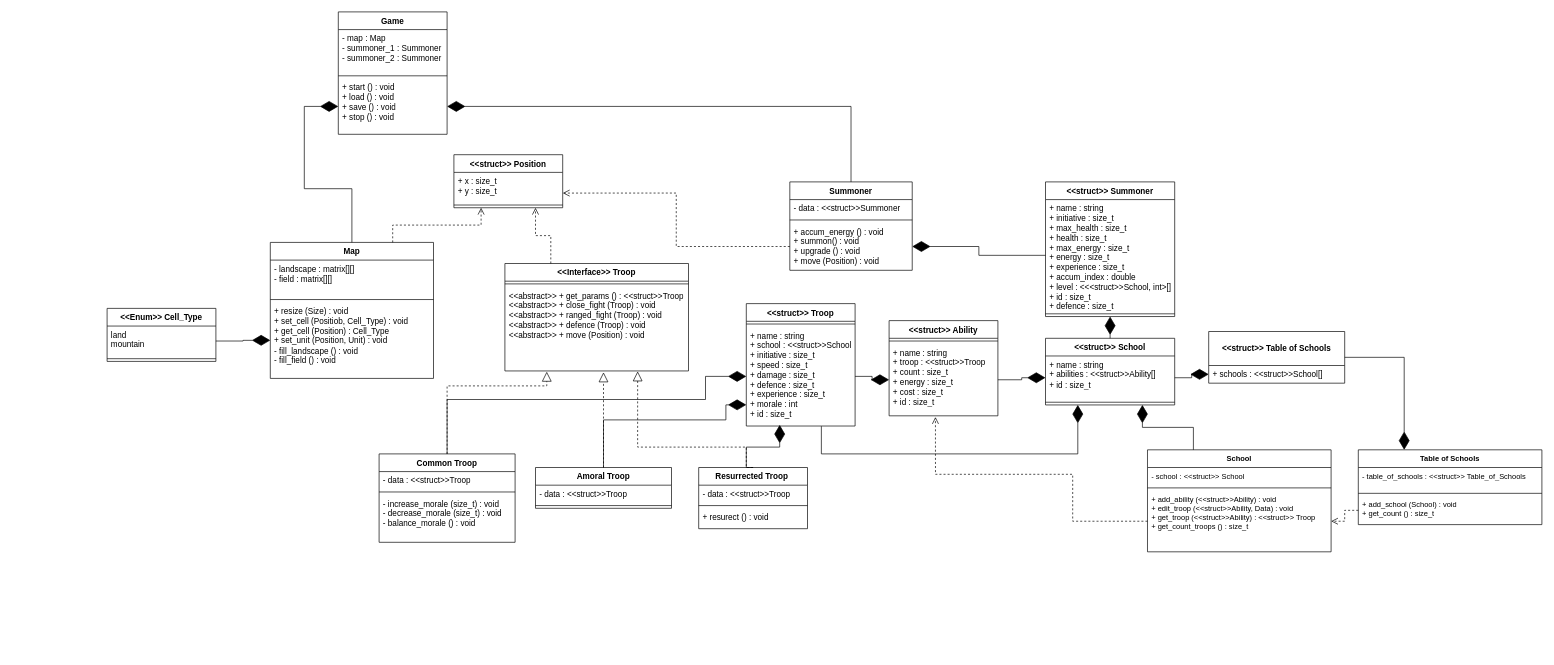
Before: lab3.drawio in Alvald1/draw.io, a draw.io diagram. Source tidied: cells renumbered, new cells numbered last; positions are measured from the earlier drawing's top-left corner, leaving out a move shared by most shapes. Both pictures are drawn from the tidied source at 68%, with x=0, y=0 at pixel (107, 12).
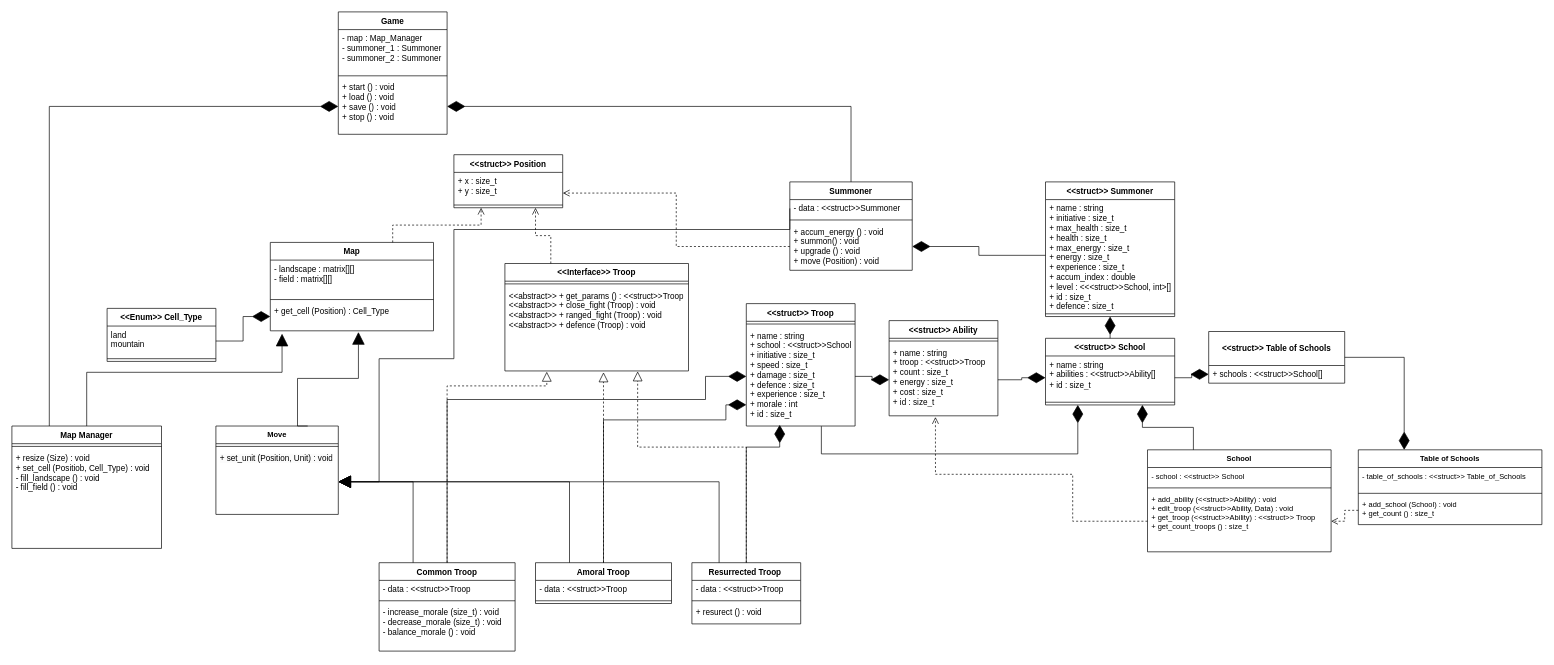
The same diagram, later.

The change refers to these unchanged cells:
```xml
<mxCell id="21" value="- data : &amp;lt;&amp;lt;struct&amp;gt;&amp;gt;Summoner" style="text;strokeColor=none;fillColor=none;align=left;verticalAlign=top;spacingLeft=4;spacingRight=4;overflow=hidden;points=[[0,0.5],[1,0.5]];portConstraint=eastwest;whiteSpace=wrap;html=1;" parent="20" vertex="1">
  <mxGeometry y="26" width="180" height="26" as="geometry" />
</mxCell>
<mxCell id="25" value="&amp;lt;&amp;lt;Interface&amp;gt;&amp;gt; Troop" style="swimlane;fontStyle=1;align=center;verticalAlign=top;horizontal=1;startSize=26;whiteSpace=wrap;html=1;" parent="1" vertex="1">
  <mxGeometry x="585" y="370" width="270" height="158" as="geometry" />
</mxCell>
<mxCell id="55" value="Game" style="swimlane;fontStyle=1;align=center;verticalAlign=top;horizontal=1;startSize=26;whiteSpace=wrap;html=1;" parent="1" vertex="1">
  <mxGeometry x="340" width="160" height="180" as="geometry" />
</mxCell>
<mxCell id="58" value="+ start () : void&lt;div&gt;+ load () : void&lt;/div&gt;&lt;div&gt;+ save () : void&lt;/div&gt;&lt;div&gt;+ stop () : void&lt;/div&gt;" style="text;strokeColor=none;fillColor=none;align=left;verticalAlign=top;spacingLeft=4;spacingRight=4;overflow=hidden;points=[[0,0.5],[1,0.5]];portConstraint=eastwest;whiteSpace=wrap;html=1;" parent="55" vertex="1">
  <mxGeometry y="98" width="160" height="82" as="geometry" />
</mxCell>
```

The edit, as a diff of the source:
```diff
@@
-    <mxCell id="27" value="&amp;lt;&amp;lt;abstract&amp;gt;&amp;gt;&amp;nbsp;+ get_params () : &amp;lt;&amp;lt;struct&amp;gt;&amp;gt;Troop&lt;br&gt;&lt;div&gt;&lt;span style=&quot;background-color: initial;&quot;&gt;&amp;lt;&amp;lt;abstract&amp;gt;&amp;gt;&lt;/span&gt;&lt;span style=&quot;background-color: initial;&quot;&gt;&amp;nbsp;&lt;/span&gt;+ close_fight (Troop) : void&lt;/div&gt;&lt;div&gt;&lt;span style=&quot;background-color: initial;&quot;&gt;&amp;lt;&amp;lt;abstract&amp;gt;&amp;gt;&lt;/span&gt;&lt;span style=&quot;background-color: initial;&quot;&gt;&amp;nbsp;&lt;/span&gt;+ ranged_fight (Troop) : void&lt;/div&gt;&lt;div&gt;&lt;span style=&quot;background-color: initial;&quot;&gt;&amp;lt;&amp;lt;abstract&amp;gt;&amp;gt;&lt;/span&gt;&lt;span style=&quot;background-color: initial;&quot;&gt;&amp;nbsp;&lt;/span&gt;+ defence (Troop) : void&lt;/div&gt;&lt;div&gt;&lt;span style=&quot;background-color: initial;&quot;&gt;&amp;lt;&amp;lt;abstract&amp;gt;&amp;gt;&lt;/span&gt;&lt;span style=&quot;background-color: initial;&quot;&gt;&amp;nbsp;&lt;/span&gt;+ move (Position) : void&lt;/div&gt;" style="text;strokeColor=none;fillColor=none;align=left;verticalAlign=top;spacingLeft=4;spacingRight=4;overflow=hidden;points=[[0,0.5],[1,0.5]];portConstraint=eastwest;whiteSpace=wrap;html=1;" parent="25" vertex="1">
+    <mxCell id="27" value="&amp;lt;&amp;lt;abstract&amp;gt;&amp;gt;&amp;nbsp;+ get_params () : &amp;lt;&amp;lt;struct&amp;gt;&amp;gt;Troop&lt;br&gt;&lt;div&gt;&lt;span style=&quot;background-color: initial;&quot;&gt;&amp;lt;&amp;lt;abstract&amp;gt;&amp;gt;&lt;/span&gt;&lt;span style=&quot;background-color: initial;&quot;&gt;&amp;nbsp;&lt;/span&gt;+ close_fight (Troop) : void&lt;/div&gt;&lt;div&gt;&lt;span style=&quot;background-color: initial;&quot;&gt;&amp;lt;&amp;lt;abstract&amp;gt;&amp;gt;&lt;/span&gt;&lt;span style=&quot;background-color: initial;&quot;&gt;&amp;nbsp;&lt;/span&gt;+ ranged_fight (Troop) : void&lt;/div&gt;&lt;div&gt;&lt;span style=&quot;background-color: initial;&quot;&gt;&amp;lt;&amp;lt;abstract&amp;gt;&amp;gt;&lt;/span&gt;&lt;span style=&quot;background-color: initial;&quot;&gt;&amp;nbsp;&lt;/span&gt;+ defence (Troop) : void&lt;/div&gt;" style="text;strokeColor=none;fillColor=none;align=left;verticalAlign=top;spacingLeft=4;spacingRight=4;overflow=hidden;points=[[0,0.5],[1,0.5]];portConstraint=eastwest;whiteSpace=wrap;html=1;" parent="25" vertex="1">
       <mxGeometry y="34" width="270" height="124" as="geometry" />
     </mxCell>
     <mxCell id="28" value="Common Troop" style="swimlane;fontStyle=1;align=center;verticalAlign=top;horizontal=1;startSize=26;whiteSpace=wrap;html=1;" parent="1" vertex="1">
-      <mxGeometry x="400" y="650" width="200" height="130" as="geometry" />
+      <mxGeometry x="400" y="810" width="200" height="130" as="geometry" />
     </mxCell>
@@
     <mxCell id="32" value="Amoral Troop" style="swimlane;fontStyle=1;align=center;verticalAlign=top;horizontal=1;startSize=26;whiteSpace=wrap;html=1;" parent="1" vertex="1">
-      <mxGeometry x="630" y="670" width="200" height="60" as="geometry" />
+      <mxGeometry x="630" y="810" width="200" height="60" as="geometry" />
     </mxCell>
@@
     <mxCell id="35" value="Resurrected Troop&amp;nbsp;" style="swimlane;fontStyle=1;align=center;verticalAlign=top;horizontal=1;startSize=26;whiteSpace=wrap;html=1;" parent="1" vertex="1">
-      <mxGeometry x="870" y="670" width="160" height="90" as="geometry" />
+      <mxGeometry x="860" y="810" width="160" height="90" as="geometry" />
     </mxCell>
@@
     <mxCell id="44" value="Map" style="swimlane;fontStyle=1;align=center;verticalAlign=top;horizontal=1;startSize=26;whiteSpace=wrap;html=1;" parent="1" vertex="1">
-      <mxGeometry x="240" y="339" width="240" height="200" as="geometry" />
+      <mxGeometry x="240" y="339" width="240" height="130" as="geometry" />
     </mxCell>
@@
-    <mxCell id="47" value="+ resize (Size) : void&lt;div&gt;+ set_cell (Positiob, Cell_Type) : void&lt;/div&gt;&lt;div&gt;+ get_cell (Position) : Cell_Type&lt;/div&gt;&lt;div&gt;+ set_unit (Position, Unit) : void&lt;/div&gt;&lt;div&gt;- fill_landscape () : void&lt;/div&gt;&lt;div&gt;- fill_field () : void&lt;/div&gt;" style="text;strokeColor=none;fillColor=none;align=left;verticalAlign=top;spacingLeft=4;spacingRight=4;overflow=hidden;points=[[0,0.5],[1,0.5]];portConstraint=eastwest;whiteSpace=wrap;html=1;" parent="44" vertex="1">
-      <mxGeometry y="88" width="240" height="112" as="geometry" />
+    <mxCell id="47" value="&lt;div&gt;+ get_cell (Position) : Cell_Type&lt;/div&gt;&lt;div&gt;&lt;br&gt;&lt;/div&gt;" style="text;strokeColor=none;fillColor=none;align=left;verticalAlign=top;spacingLeft=4;spacingRight=4;overflow=hidden;points=[[0,0.5],[1,0.5]];portConstraint=eastwest;whiteSpace=wrap;html=1;" parent="44" vertex="1">
+      <mxGeometry y="88" width="240" height="42" as="geometry" />
     </mxCell>
@@
-    <mxCell id="56" value="- map : Map&lt;div&gt;- summoner_1 : Summoner&lt;/div&gt;&lt;div&gt;- summoner_2 : Summoner&lt;/div&gt;" style="text;strokeColor=none;fillColor=none;align=left;verticalAlign=top;spacingLeft=4;spacingRight=4;overflow=hidden;whiteSpace=wrap;html=1;" parent="55" vertex="1">
+    <mxCell id="56" value="- map : Map_Manager&lt;div&gt;- summoner_1 : Summoner&lt;/div&gt;&lt;div&gt;- summoner_2 : Summoner&lt;/div&gt;" style="text;strokeColor=none;fillColor=none;align=left;verticalAlign=top;spacingLeft=4;spacingRight=4;overflow=hidden;whiteSpace=wrap;html=1;" parent="55" vertex="1">
       <mxGeometry y="26" width="160" height="64" as="geometry" />
     </mxCell>
@@
-    <mxCell id="60" style="endArrow=diamondThin;endFill=1;endSize=24;html=1;rounded=0;strokeColor=default;align=center;verticalAlign=middle;fontFamily=Helvetica;fontSize=11;fontColor=default;labelBackgroundColor=default;edgeStyle=orthogonalEdgeStyle;exitX=0.5;exitY=0;exitDx=0;exitDy=0;entryX=0;entryY=0.5;entryDx=0;entryDy=0;" parent="1" edge="1" source="44" target="58">
-      <mxGeometry relative="1" as="geometry">
-        <Array as="points">
-          <mxPoint x="360" y="260" />
-          <mxPoint x="290" y="260" />
-          <mxPoint x="290" y="139" />
-        </Array>
-      </mxGeometry>
-    </mxCell>
@@
+    <mxCell id="78" value="Map Manager" style="swimlane;fontStyle=1;align=center;verticalAlign=top;horizontal=1;startSize=26;whiteSpace=wrap;html=1;" parent="1" vertex="1">
+      <mxGeometry x="-140" y="609" width="220" height="180" as="geometry" />
+    </mxCell>
+    <mxCell id="79" style="line;strokeWidth=1;fillColor=none;align=left;verticalAlign=middle;spacingTop=-1;spacingLeft=3;spacingRight=3;labelPosition=right;strokeColor=inherit;" parent="78" vertex="1">
+      <mxGeometry y="26" width="220" height="8" as="geometry" />
+    </mxCell>
+    <mxCell id="80" value="+ resize (Size) : void&lt;div&gt;+ set_cell (Positiob, Cell_Type) : void&lt;/div&gt;&lt;div&gt;- fill_landscape () : void&lt;/div&gt;&lt;div&gt;- fill_field () : void&lt;/div&gt;" style="text;strokeColor=none;fillColor=none;align=left;verticalAlign=top;spacingLeft=4;spacingRight=4;overflow=hidden;whiteSpace=wrap;html=1;" parent="78" vertex="1">
+      <mxGeometry y="34" width="220" height="146" as="geometry" />
+    </mxCell>
+    <mxCell id="81" style="endArrow=block;endFill=1;html=1;edgeStyle=orthogonalEdgeStyle;align=left;verticalAlign=top;rounded=0;strokeColor=default;fontFamily=Helvetica;fontSize=11;fontColor=default;labelBackgroundColor=default;endSize=16;entryX=0.072;entryY=1.1;entryDx=0;entryDy=0;entryPerimeter=0;exitX=0.5;exitY=0;exitDx=0;exitDy=0;" parent="1" edge="1" source="78" target="47">
+      <mxGeometry x="-1" relative="1" as="geometry">
+        <Array as="points">
+          <mxPoint x="-30" y="530" />
+          <mxPoint x="257" y="530" />
+        </Array>
+      </mxGeometry>
+    </mxCell>
+    <mxCell id="82" value="Move" style="swimlane;fontStyle=1;align=center;verticalAlign=top;horizontal=1;startSize=26;whiteSpace=wrap;html=1;fontFamily=Helvetica;fontSize=11;fontColor=default;labelBackgroundColor=default;" parent="1" vertex="1">
+      <mxGeometry x="160" y="609" width="180" height="130" as="geometry" />
+    </mxCell>
+    <mxCell id="83" style="line;strokeWidth=1;fillColor=none;align=left;verticalAlign=middle;spacingTop=-1;spacingLeft=3;spacingRight=3;labelPosition=right;strokeColor=inherit;fontFamily=Helvetica;fontSize=11;fontColor=default;labelBackgroundColor=default;" parent="82" vertex="1">
+      <mxGeometry y="26" width="180" height="8" as="geometry" />
+    </mxCell>
+    <mxCell id="84" value="&lt;span style=&quot;font-size: 12px; background-color: rgb(251, 251, 251);&quot;&gt;+ set_unit (Position, Unit) : void&lt;/span&gt;" style="text;strokeColor=none;fillColor=none;align=left;verticalAlign=top;spacingLeft=4;spacingRight=4;overflow=hidden;points=[[0,0.5],[1,0.5]];portConstraint=eastwest;whiteSpace=wrap;html=1;fontFamily=Helvetica;fontSize=11;fontColor=default;labelBackgroundColor=default;" parent="82" vertex="1">
+      <mxGeometry y="34" width="180" height="96" as="geometry" />
+    </mxCell>
+    <mxCell id="85" style="endArrow=block;endFill=1;html=1;edgeStyle=orthogonalEdgeStyle;align=left;verticalAlign=top;rounded=0;strokeColor=default;fontFamily=Helvetica;fontSize=11;fontColor=default;labelBackgroundColor=default;endSize=16;exitX=0.75;exitY=0;exitDx=0;exitDy=0;entryX=0.54;entryY=1.043;entryDx=0;entryDy=0;entryPerimeter=0;" parent="1" edge="1" source="82" target="47">
+      <mxGeometry x="-1" relative="1" as="geometry">
+        <Array as="points">
+          <mxPoint x="280" y="539" />
+          <mxPoint x="370" y="539" />
+        </Array>
+      </mxGeometry>
+    </mxCell>
+    <mxCell id="86" style="endArrow=block;endFill=1;html=1;edgeStyle=orthogonalEdgeStyle;align=left;verticalAlign=top;rounded=0;strokeColor=default;fontFamily=Helvetica;fontSize=11;fontColor=default;labelBackgroundColor=default;endSize=16;exitX=0.25;exitY=0;exitDx=0;exitDy=0;entryX=1;entryY=0.5;entryDx=0;entryDy=0;" parent="1" edge="1" source="28" target="84">
+      <mxGeometry x="-1" relative="1" as="geometry" />
+    </mxCell>
+    <mxCell id="87" style="endArrow=block;endFill=1;html=1;edgeStyle=orthogonalEdgeStyle;align=left;verticalAlign=top;rounded=0;strokeColor=default;fontFamily=Helvetica;fontSize=11;fontColor=default;labelBackgroundColor=default;endSize=16;exitX=0.25;exitY=0;exitDx=0;exitDy=0;entryX=1;entryY=0.5;entryDx=0;entryDy=0;" parent="1" edge="1" source="32" target="84">
+      <mxGeometry x="-1" relative="1" as="geometry" />
+    </mxCell>
+    <mxCell id="88" style="endArrow=block;endFill=1;html=1;edgeStyle=orthogonalEdgeStyle;align=left;verticalAlign=top;rounded=0;strokeColor=default;fontFamily=Helvetica;fontSize=11;fontColor=default;labelBackgroundColor=default;endSize=16;exitX=0.25;exitY=0;exitDx=0;exitDy=0;entryX=1;entryY=0.5;entryDx=0;entryDy=0;" parent="1" edge="1" source="35" target="84">
+      <mxGeometry x="-1" relative="1" as="geometry" />
+    </mxCell>
+    <mxCell id="89" style="endArrow=block;endFill=1;html=1;edgeStyle=orthogonalEdgeStyle;align=left;verticalAlign=top;rounded=0;strokeColor=default;fontFamily=Helvetica;fontSize=11;fontColor=default;labelBackgroundColor=default;endSize=16;exitX=0;exitY=0.5;exitDx=0;exitDy=0;entryX=1;entryY=0.5;entryDx=0;entryDy=0;" parent="1" edge="1" source="21" target="84">
+      <mxGeometry x="-1" relative="1" as="geometry">
+        <Array as="points">
+          <mxPoint x="1004" y="320" />
+          <mxPoint x="510" y="320" />
+          <mxPoint x="510" y="510" />
+          <mxPoint x="400" y="510" />
+          <mxPoint x="400" y="691" />
+        </Array>
+      </mxGeometry>
+    </mxCell>
+    <mxCell id="90" style="endArrow=diamondThin;endFill=1;endSize=24;html=1;rounded=0;strokeColor=default;align=center;verticalAlign=middle;fontFamily=Helvetica;fontSize=11;fontColor=default;labelBackgroundColor=default;edgeStyle=orthogonalEdgeStyle;exitX=0.25;exitY=0;exitDx=0;exitDy=0;entryX=0;entryY=0.5;entryDx=0;entryDy=0;" parent="1" edge="1" source="78" target="58">
+      <mxGeometry relative="1" as="geometry" />
+    </mxCell>
```
